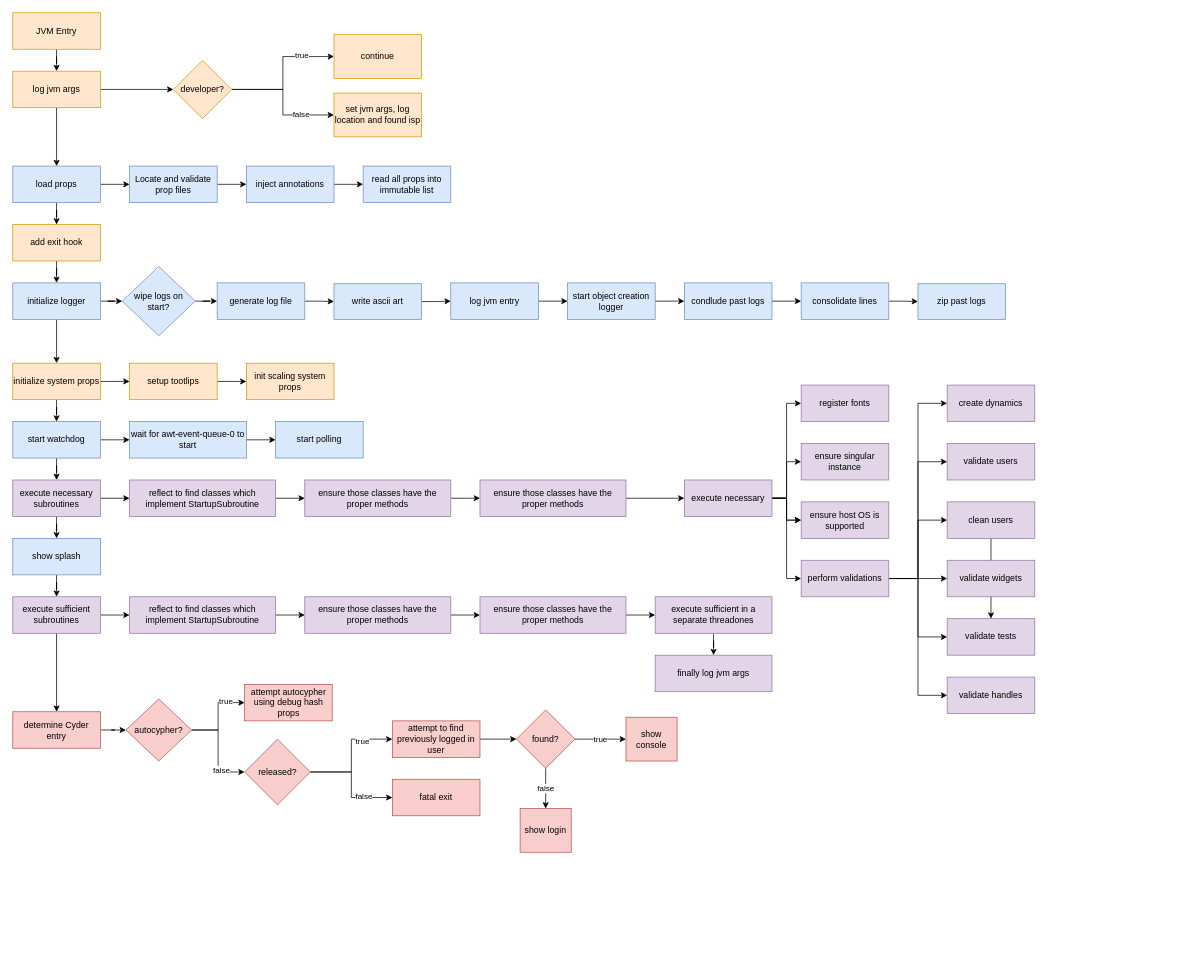
Before: markdown/diagrams/StartupArchitecture.drawio in NathanCheshire/Cyder, a draw.io diagram. Source tidied: cells renumbered, new cells numbered last; positions are measured from the earlier drawing's top-left corner, leaving out a move shared by most shapes. Both pictures are drawn from the tidied source at 73%, with x=0, y=0 at pixel (12, 12).
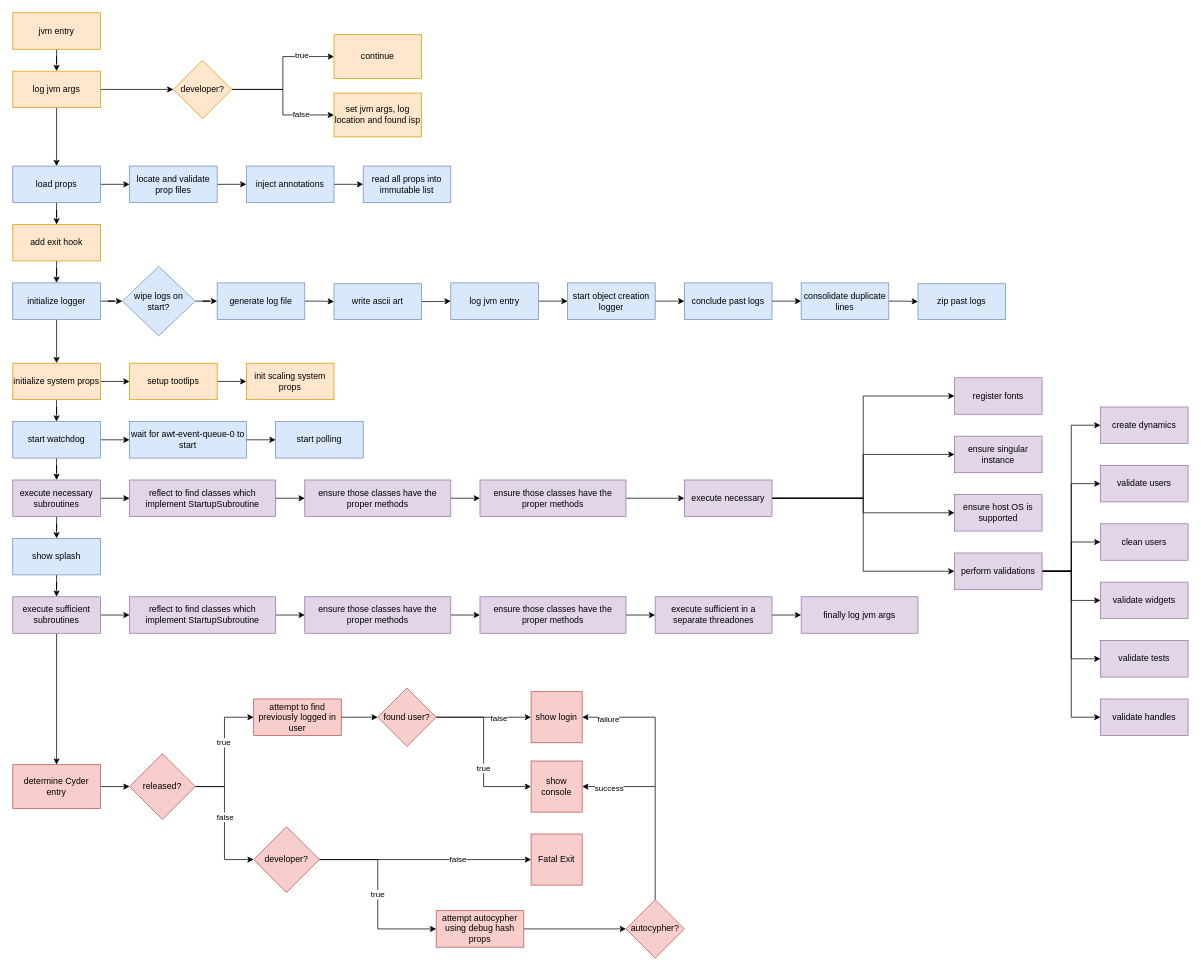
The same page after the edit.

Commit message:
update architecture drawing

Unchanged cells that the change refers to:
```xml
<mxCell id="75" value="execute necessary" style="whiteSpace=wrap;html=1;fillColor=#e1d5e7;strokeColor=#9673a6;rounded=0;" parent="1" vertex="1">
  <mxGeometry x="920" y="640" width="120" height="50" as="geometry" />
</mxCell>
<mxCell id="110" style="edgeStyle=orthogonalEdgeStyle;rounded=0;jettySize=auto;html=1;entryX=0;entryY=0.5;entryDx=0;entryDy=0;" parent="1" edge="1" source="112" target="115">
  <mxGeometry relative="1" as="geometry" />
</mxCell>
```

Diff of the diagram source:
```diff
@@
-    <mxCell id="3" value="JVM Entry" style="rounded=0;whiteSpace=wrap;html=1;fillColor=#ffe6cc;strokeColor=#d79b00;" parent="1" vertex="1">
+    <mxCell id="3" value="jvm entry" style="rounded=0;whiteSpace=wrap;html=1;fillColor=#ffe6cc;strokeColor=#d79b00;" parent="1" vertex="1">
       <mxGeometry width="120" height="50" as="geometry" />
     </mxCell>
@@
-    <mxCell id="29" style="edgeStyle=orthogonalEdgeStyle;rounded=0;jettySize=auto;html=1;" parent="1" edge="1" source="30" target="106">
-      <mxGeometry relative="1" as="geometry" />
-    </mxCell>
+    <mxCell id="121" style="edgeStyle=orthogonalEdgeStyle;rounded=0;jettySize=auto;html=1;" parent="1" edge="1" source="30" target="112">
+      <mxGeometry relative="1" as="geometry" />
+    </mxCell>
     <mxCell id="30" value="determine Cyder entry" style="rounded=0;whiteSpace=wrap;html=1;fillColor=#f8cecc;strokeColor=#b85450;" parent="1" vertex="1">
-      <mxGeometry y="957.5" width="120" height="50" as="geometry" />
+      <mxGeometry y="1030" width="120" height="60" as="geometry" />
     </mxCell>
@@
-    <mxCell id="39" value="Locate and validate prop files" style="whiteSpace=wrap;html=1;fillColor=#dae8fc;strokeColor=#6c8ebf;rounded=0;" parent="1" vertex="1">
+    <mxCell id="39" value="locate and validate prop files" style="whiteSpace=wrap;html=1;fillColor=#dae8fc;strokeColor=#6c8ebf;rounded=0;" parent="1" vertex="1">
       <mxGeometry x="160" y="210" width="120" height="50" as="geometry" />
     </mxCell>
@@
-    <mxCell id="54" value="condlude past logs" style="whiteSpace=wrap;html=1;fillColor=#dae8fc;strokeColor=#6c8ebf;rounded=0;" parent="1" vertex="1">
+    <mxCell id="54" value="conclude past logs" style="whiteSpace=wrap;html=1;fillColor=#dae8fc;strokeColor=#6c8ebf;rounded=0;" parent="1" vertex="1">
       <mxGeometry x="920" y="370" width="120" height="50" as="geometry" />
     </mxCell>
@@
-    <mxCell id="56" value="consolidate lines" style="whiteSpace=wrap;html=1;fillColor=#dae8fc;strokeColor=#6c8ebf;rounded=0;" parent="1" vertex="1">
+    <mxCell id="56" value="consolidate duplicate lines" style="whiteSpace=wrap;html=1;fillColor=#dae8fc;strokeColor=#6c8ebf;rounded=0;" parent="1" vertex="1">
       <mxGeometry x="1080" y="370" width="120" height="50" as="geometry" />
     </mxCell>
@@
-    <mxCell id="70" style="edgeStyle=orthogonalEdgeStyle;rounded=0;jettySize=auto;html=1;" parent="1" edge="1" source="75" target="87">
-      <mxGeometry relative="1" as="geometry" />
-    </mxCell>
-    <mxCell id="71" style="edgeStyle=orthogonalEdgeStyle;rounded=0;jettySize=auto;html=1;" parent="1" edge="1" source="75" target="87">
-      <mxGeometry relative="1" as="geometry" />
-    </mxCell>
+    <mxCell id="122" style="edgeStyle=orthogonalEdgeStyle;rounded=0;jettySize=auto;html=1;entryX=0;entryY=0.5;entryDx=0;entryDy=0;" parent="1" edge="1" source="75" target="87">
+      <mxGeometry relative="1" as="geometry" />
+    </mxCell>
+    <mxCell id="73" style="edgeStyle=orthogonalEdgeStyle;rounded=0;jettySize=auto;html=1;entryX=0;entryY=0.5;entryDx=0;entryDy=0;" parent="1" edge="1" source="75" target="85">
+      <mxGeometry relative="1" as="geometry" />
+    </mxCell>
@@
-    <mxCell id="73" style="edgeStyle=orthogonalEdgeStyle;rounded=0;jettySize=auto;html=1;" parent="1" edge="1" source="75" target="85">
-      <mxGeometry relative="1" as="geometry" />
-    </mxCell>
@@
     <mxCell id="84" value="finally log jvm args" style="whiteSpace=wrap;html=1;fillColor=#e1d5e7;strokeColor=#9673a6;rounded=0;" parent="1" vertex="1">
-      <mxGeometry x="880" y="880" width="160" height="50" as="geometry" />
+      <mxGeometry x="1080" y="800" width="160" height="50" as="geometry" />
     </mxCell>
     <mxCell id="85" value="ensure singular instance" style="whiteSpace=wrap;html=1;fillColor=#e1d5e7;strokeColor=#9673a6;rounded=0;" parent="1" vertex="1">
-      <mxGeometry x="1080" y="590" width="120" height="50" as="geometry" />
+      <mxGeometry x="1290" y="580" width="120" height="50" as="geometry" />
     </mxCell>
     <mxCell id="86" value="register fonts" style="whiteSpace=wrap;html=1;fillColor=#e1d5e7;strokeColor=#9673a6;rounded=0;" parent="1" vertex="1">
-      <mxGeometry x="1080" y="510" width="120" height="50" as="geometry" />
+      <mxGeometry x="1290" y="500" width="120" height="50" as="geometry" />
     </mxCell>
     <mxCell id="87" value="ensure host OS is supported" style="whiteSpace=wrap;html=1;fillColor=#e1d5e7;strokeColor=#9673a6;rounded=0;" parent="1" vertex="1">
-      <mxGeometry x="1080" y="670" width="120" height="50" as="geometry" />
+      <mxGeometry x="1290" y="660" width="120" height="50" as="geometry" />
     </mxCell>
-    <mxCell id="88" style="edgeStyle=orthogonalEdgeStyle;rounded=0;jettySize=auto;html=1;" parent="1" edge="1" source="94" target="99">
-      <mxGeometry relative="1" as="geometry" />
-    </mxCell>
@@
+    <mxCell id="88" style="edgeStyle=orthogonalEdgeStyle;rounded=0;jettySize=auto;html=1;" parent="1" edge="1" source="94" target="99">
+      <mxGeometry relative="1" as="geometry" />
+    </mxCell>
@@
     <mxCell id="94" value="perform validations" style="whiteSpace=wrap;html=1;fillColor=#e1d5e7;strokeColor=#9673a6;rounded=0;" parent="1" vertex="1">
-      <mxGeometry x="1080" y="750" width="120" height="50" as="geometry" />
+      <mxGeometry x="1290" y="740" width="120" height="50" as="geometry" />
     </mxCell>
     <mxCell id="95" value="create dynamics" style="whiteSpace=wrap;html=1;fillColor=#e1d5e7;strokeColor=#9673a6;rounded=0;" parent="1" vertex="1">
-      <mxGeometry x="1280" y="510" width="120" height="50" as="geometry" />
+      <mxGeometry x="1490" y="540" width="120" height="50" as="geometry" />
     </mxCell>
     <mxCell id="96" value="validate users" style="whiteSpace=wrap;html=1;fillColor=#e1d5e7;strokeColor=#9673a6;rounded=0;" parent="1" vertex="1">
-      <mxGeometry x="1280" y="590" width="120" height="50" as="geometry" />
+      <mxGeometry x="1490" y="620" width="120" height="50" as="geometry" />
     </mxCell>
-    <mxCell id="97" style="edgeStyle=orthogonalEdgeStyle;rounded=0;jettySize=auto;html=1;" parent="1" edge="1" source="98" target="100">
-      <mxGeometry relative="1" as="geometry" />
-    </mxCell>
     <mxCell id="98" value="clean users" style="whiteSpace=wrap;html=1;fillColor=#e1d5e7;strokeColor=#9673a6;rounded=0;" parent="1" vertex="1">
-      <mxGeometry x="1280" y="670" width="120" height="50" as="geometry" />
+      <mxGeometry x="1490" y="700" width="120" height="50" as="geometry" />
     </mxCell>
     <mxCell id="99" value="validate widgets" style="whiteSpace=wrap;html=1;fillColor=#e1d5e7;strokeColor=#9673a6;rounded=0;" parent="1" vertex="1">
-      <mxGeometry x="1280" y="750" width="120" height="50" as="geometry" />
+      <mxGeometry x="1490" y="780" width="120" height="50" as="geometry" />
     </mxCell>
     <mxCell id="100" value="validate tests" style="whiteSpace=wrap;html=1;fillColor=#e1d5e7;strokeColor=#9673a6;rounded=0;" parent="1" vertex="1">
-      <mxGeometry x="1280" y="830" width="120" height="50" as="geometry" />
+      <mxGeometry x="1490" y="860" width="120" height="50" as="geometry" />
     </mxCell>
     <mxCell id="101" value="validate handles" style="whiteSpace=wrap;html=1;fillColor=#e1d5e7;strokeColor=#9673a6;rounded=0;" parent="1" vertex="1">
-      <mxGeometry x="1280" y="910" width="120" height="50" as="geometry" />
+      <mxGeometry x="1490" y="940" width="120" height="50" as="geometry" />
     </mxCell>
-    <mxCell id="102" style="edgeStyle=orthogonalEdgeStyle;rounded=0;jettySize=auto;html=1;" parent="1" edge="1" source="106" target="107">
-      <mxGeometry relative="1" as="geometry" />
-    </mxCell>
-    <mxCell id="103" value="true" style="edgeLabel;html=1;align=center;verticalAlign=middle;" parent="102" vertex="1">
-      <mxGeometry x="0.52" y="3" relative="1" as="geometry" />
-    </mxCell>
-    <mxCell id="104" style="edgeStyle=orthogonalEdgeStyle;rounded=0;jettySize=auto;html=1;entryX=0;entryY=0.5;entryDx=0;entryDy=0;" parent="1" edge="1" source="106" target="112">
-      <mxGeometry relative="1" as="geometry" />
-    </mxCell>
-    <mxCell id="105" value="false" style="edgeLabel;html=1;align=center;verticalAlign=middle;" parent="104" vertex="1">
-      <mxGeometry x="0.5" y="3" relative="1" as="geometry" />
-    </mxCell>
-    <mxCell id="106" value="autocypher?" style="rhombus;whiteSpace=wrap;html=1;fillColor=#f8cecc;strokeColor=#b85450;rounded=0;" parent="1" vertex="1">
-      <mxGeometry x="155" y="940" width="90" height="85" as="geometry" />
-    </mxCell>
+    <mxCell id="123" style="edgeStyle=orthogonalEdgeStyle;rounded=0;jettySize=auto;html=1;fontSize=11;" parent="1" edge="1" source="107" target="106">
+      <mxGeometry relative="1" as="geometry" />
+    </mxCell>
     <mxCell id="107" value="attempt autocypher using debug hash props" style="whiteSpace=wrap;html=1;fillColor=#f8cecc;strokeColor=#b85450;rounded=0;" parent="1" vertex="1">
-      <mxGeometry x="317.6" y="920" width="120" height="50" as="geometry" />
+      <mxGeometry x="580" y="1230" width="120" height="50" as="geometry" />
     </mxCell>
-    <mxCell id="108" style="edgeStyle=orthogonalEdgeStyle;rounded=0;jettySize=auto;html=1;" parent="1" edge="1" source="112" target="113">
-      <mxGeometry relative="1" as="geometry" />
-    </mxCell>
-    <mxCell id="109" value="false" style="edgeLabel;html=1;align=center;verticalAlign=middle;" parent="108" vertex="1">
-      <mxGeometry x="0.47" y="3" relative="1" as="geometry" />
-    </mxCell>
@@
-    <mxCell id="111" value="true" style="edgeLabel;html=1;align=center;verticalAlign=middle;" parent="110" vertex="1">
-      <mxGeometry x="0.48" y="-2" relative="1" as="geometry" />
-    </mxCell>
+    <mxCell id="124" value="true" style="edgeLabel;html=1;align=center;verticalAlign=middle;" parent="110" vertex="1">
+      <mxGeometry x="0.15" y="2" relative="1" as="geometry" />
+    </mxCell>
+    <mxCell id="125" style="edgeStyle=orthogonalEdgeStyle;rounded=0;jettySize=auto;html=1;entryX=0;entryY=0.5;entryDx=0;entryDy=0;fontSize=11;" parent="1" edge="1" source="112" target="134">
+      <mxGeometry relative="1" as="geometry" />
+    </mxCell>
+    <mxCell id="126" value="false" style="edgeLabel;html=1;align=center;verticalAlign=middle;fontSize=11;" parent="125" vertex="1">
+      <mxGeometry x="-0.1" relative="1" as="geometry" />
+    </mxCell>
     <mxCell id="112" value="released?" style="rhombus;whiteSpace=wrap;html=1;rounded=0;sketch=0;fillColor=#f8cecc;strokeColor=#b85450;" parent="1" vertex="1">
-      <mxGeometry x="317.6" y="995" width="90" height="90" as="geometry" />
+      <mxGeometry x="160" y="1015" width="90" height="90" as="geometry" />
     </mxCell>
-    <mxCell id="113" value="fatal exit" style="whiteSpace=wrap;html=1;fillColor=#f8cecc;strokeColor=#b85450;rounded=0;sketch=0;" parent="1" vertex="1">
-      <mxGeometry x="520" y="1050" width="120" height="50" as="geometry" />
-    </mxCell>
-    <mxCell id="114" style="edgeStyle=orthogonalEdgeStyle;rounded=0;jettySize=auto;html=1;" parent="1" edge="1" source="115" target="118">
+    <mxCell id="114" style="edgeStyle=orthogonalEdgeStyle;rounded=0;jettySize=auto;html=1;fontSize=7;" parent="1" edge="1" source="115" target="118">
       <mxGeometry relative="1" as="geometry" />
     </mxCell>
     <mxCell id="115" value="attempt to find previously logged in user" style="whiteSpace=wrap;html=1;fillColor=#f8cecc;strokeColor=#b85450;rounded=0;sketch=0;" parent="1" vertex="1">
-      <mxGeometry x="520" y="970" width="120" height="50" as="geometry" />
+      <mxGeometry x="330" y="940" width="120" height="50" as="geometry" />
     </mxCell>
-    <mxCell id="116" value="true" style="edgeStyle=orthogonalEdgeStyle;rounded=0;jettySize=auto;html=1;entryX=0;entryY=0.5;entryDx=0;entryDy=0;" parent="1" edge="1" source="118" target="120">
-      <mxGeometry relative="1" as="geometry" />
-    </mxCell>
+    <mxCell id="127" style="edgeStyle=orthogonalEdgeStyle;rounded=0;jettySize=auto;html=1;entryX=0;entryY=0.5;entryDx=0;entryDy=0;fontSize=7;" parent="1" edge="1" source="118" target="130">
+      <mxGeometry relative="1" as="geometry" />
+    </mxCell>
+    <mxCell id="128" value="&lt;font style=&quot;font-size: 11px;&quot;&gt;true&lt;/font&gt;" style="edgeLabel;html=1;align=center;verticalAlign=middle;fontSize=11;" parent="127" vertex="1">
+      <mxGeometry x="0.19" y="-1" relative="1" as="geometry" />
+    </mxCell>
-    <mxCell id="117" value="false" style="edgeStyle=orthogonalEdgeStyle;rounded=0;jettySize=auto;html=1;" parent="1" edge="1" source="118" target="119">
+    <mxCell id="117" style="edgeStyle=orthogonalEdgeStyle;rounded=0;jettySize=auto;html=1;fontSize=7;" parent="1" edge="1" source="118" target="119">
       <mxGeometry relative="1" as="geometry" />
     </mxCell>
+    <mxCell id="129" value="false" style="edgeLabel;html=1;align=center;verticalAlign=middle;fontSize=11;" parent="117" vertex="1">
+      <mxGeometry x="0.3" relative="1" as="geometry" />
+    </mxCell>
-    <mxCell id="118" value="found?" style="rhombus;whiteSpace=wrap;html=1;fillColor=#f8cecc;strokeColor=#b85450;rounded=0;sketch=0;" parent="1" vertex="1">
-      <mxGeometry x="690" y="955" width="80" height="80" as="geometry" />
+    <mxCell id="118" value="found user?" style="rhombus;whiteSpace=wrap;html=1;fillColor=#f8cecc;strokeColor=#b85450;rounded=0;sketch=0;" parent="1" vertex="1">
+      <mxGeometry x="500" y="925" width="80" height="80" as="geometry" />
     </mxCell>
+    <mxCell id="120" value="Fatal Exit" style="whiteSpace=wrap;html=1;fillColor=#f8cecc;strokeColor=#b85450;rounded=0;sketch=0;" parent="1" vertex="1">
+      <mxGeometry x="710" y="1125" width="70" height="70" as="geometry" />
+    </mxCell>
+    <mxCell id="130" value="show console" style="whiteSpace=wrap;html=1;fillColor=#f8cecc;strokeColor=#b85450;rounded=0;sketch=0;" parent="1" vertex="1">
+      <mxGeometry x="710" y="1025" width="70" height="70" as="geometry" />
+    </mxCell>
     <mxCell id="119" value="show login" style="whiteSpace=wrap;html=1;fillColor=#f8cecc;strokeColor=#b85450;rounded=0;sketch=0;" parent="1" vertex="1">
-      <mxGeometry x="695" y="1090" width="70" height="60" as="geometry" />
+      <mxGeometry x="710" y="930" width="70" height="70" as="geometry" />
     </mxCell>
-    <mxCell id="120" value="show console" style="whiteSpace=wrap;html=1;fillColor=#f8cecc;strokeColor=#b85450;rounded=0;sketch=0;" parent="1" vertex="1">
-      <mxGeometry x="840" y="965" width="70" height="60" as="geometry" />
-    </mxCell>
+    <mxCell id="131" style="edgeStyle=orthogonalEdgeStyle;rounded=0;jettySize=auto;html=1;entryX=0;entryY=0.5;entryDx=0;entryDy=0;fontSize=11;" parent="1" edge="1" source="134" target="120">
+      <mxGeometry relative="1" as="geometry" />
+    </mxCell>
+    <mxCell id="132" value="false" style="edgeLabel;html=1;align=center;verticalAlign=middle;fontSize=11;" parent="131" vertex="1">
+      <mxGeometry x="0.3" y="1" relative="1" as="geometry" />
+    </mxCell>
+    <mxCell id="133" value="true" style="edgeStyle=orthogonalEdgeStyle;rounded=0;jettySize=auto;html=1;entryX=0;entryY=0.5;entryDx=0;entryDy=0;fontSize=11;" parent="1" edge="1" source="134" target="107">
+      <mxGeometry relative="1" as="geometry" />
+    </mxCell>
+    <mxCell id="134" value="developer?" style="rhombus;whiteSpace=wrap;html=1;rounded=0;sketch=0;fillColor=#f8cecc;strokeColor=#b85450;" parent="1" vertex="1">
+      <mxGeometry x="330" y="1115" width="90" height="90" as="geometry" />
+    </mxCell>
+    <mxCell id="106" value="autocypher?" style="rhombus;whiteSpace=wrap;html=1;fillColor=#f8cecc;strokeColor=#b85450;rounded=0;" parent="1" vertex="1">
+      <mxGeometry x="840" y="1215" width="80" height="80" as="geometry" />
+    </mxCell>
+    <mxCell id="135" style="endArrow=classic;html=1;rounded=0;fontSize=11;" parent="1" edge="1" target="119">
+      <mxGeometry relative="1" as="geometry">
+        <mxPoint x="880" y="965" as="sourcePoint" />
+      </mxGeometry>
+    </mxCell>
+    <mxCell id="136" value="failure" style="edgeLabel;html=1;align=center;verticalAlign=middle;fontSize=11;" parent="135" vertex="1">
+      <mxGeometry x="0.3" y="2" relative="1" as="geometry" />
+    </mxCell>
+    <mxCell id="137" style="endArrow=none;html=1;rounded=0;fontSize=11;" parent="1" edge="1" source="106">
+      <mxGeometry relative="1" as="geometry">
+        <mxPoint x="880" y="965" as="targetPoint" />
+      </mxGeometry>
+    </mxCell>
+    <mxCell id="138" style="endArrow=classic;html=1;rounded=0;fontSize=11;entryX=1;entryY=0.5;entryDx=0;entryDy=0;" parent="1" edge="1" target="130">
+      <mxGeometry relative="1" as="geometry">
+        <mxPoint x="880" y="1060" as="sourcePoint" />
+      </mxGeometry>
+    </mxCell>
+    <mxCell id="139" value="success" style="edgeLabel;html=1;align=center;verticalAlign=middle;fontSize=11;" parent="138" vertex="1">
+      <mxGeometry x="0.27" y="1" relative="1" as="geometry" />
+    </mxCell>
```
